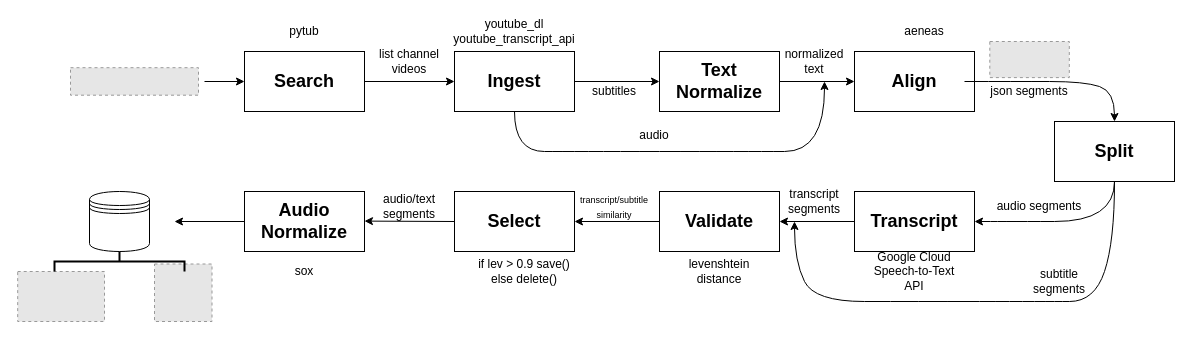
Earlier version of the draw.io diagram imgs/katube-process.drawio (freds0/katube). Source tidied: cells renumbered, new cells numbered last; positions are measured from the earlier drawing's top-left corner, leaving out a move shared by most shapes. Both pictures are drawn from the tidied source at 100%, with x=0, y=0 at pixel (17, 21). Pictures stored in the file or linked from it are replaced by grey dashed boxes.
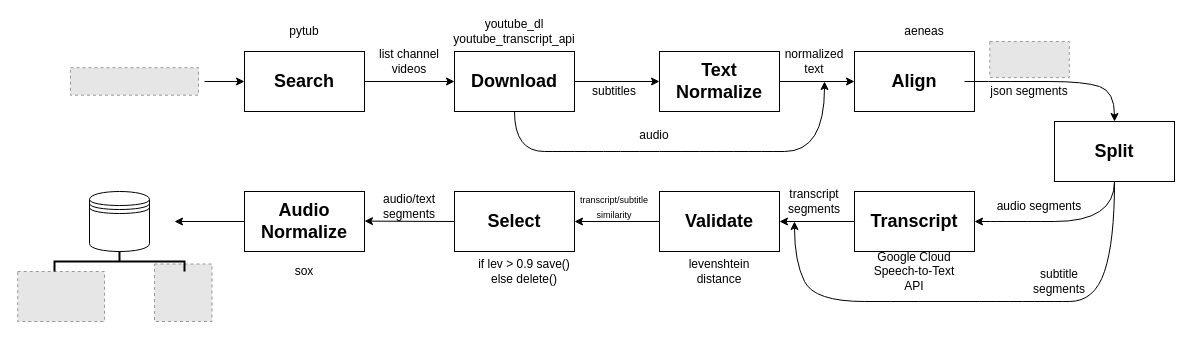
The same page after the edit.

Change to the diagram source:
```diff
@@
-    <mxCell id="3" value="&lt;b&gt;&lt;font style=&quot;font-size: 18px&quot;&gt;Ingest&lt;/font&gt;&lt;/b&gt;" style="rounded=0;whiteSpace=wrap;html=1;" parent="1" vertex="1">
+    <mxCell id="3" value="&lt;b&gt;&lt;font style=&quot;font-size: 18px&quot;&gt;Download&lt;/font&gt;&lt;/b&gt;" style="rounded=0;whiteSpace=wrap;html=1;" parent="1" vertex="1">
       <mxGeometry x="437" y="30" width="120" height="60" as="geometry" />
     </mxCell>
```
